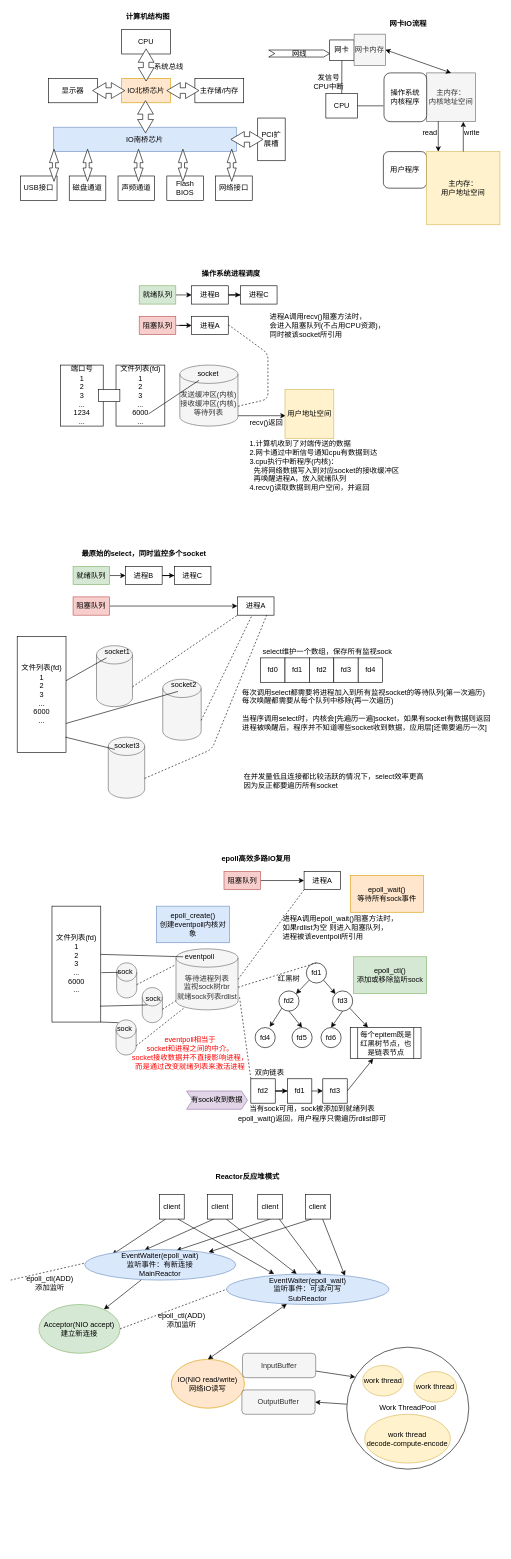
Above: epoll.drawio in xuelei20/drawio (draw.io), before the change. Source tidied: cells renumbered, new cells numbered last; positions are measured from the earlier drawing's top-left corner, leaving out a move shared by most shapes. Both pictures are drawn from the tidied source at 61%, with x=0, y=0 at pixel (10, 10).
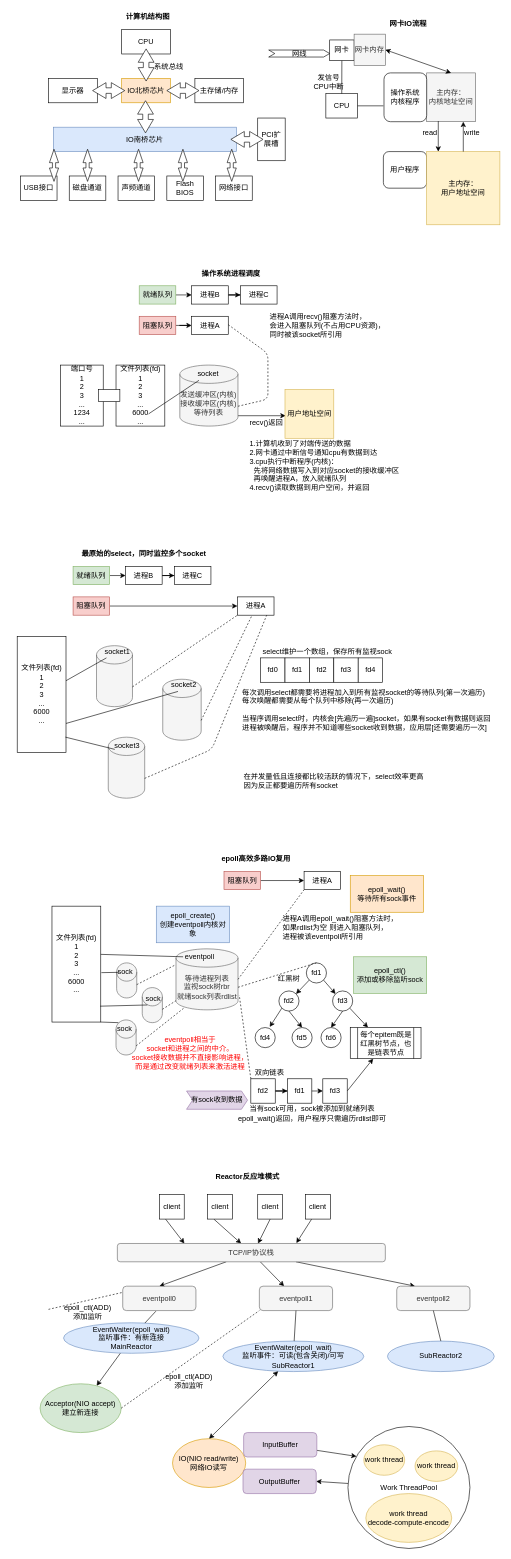
Above is the later version.

The change refers to these unchanged cells:
```xml
<mxCell id="146" value="client" style="rounded=0;whiteSpace=wrap;html=1;" parent="1" vertex="1">
  <mxGeometry x="243.7" y="1941" width="40.8" height="40" as="geometry" />
</mxCell>
<mxCell id="149" value="client" style="rounded=0;whiteSpace=wrap;html=1;" parent="1" vertex="1">
  <mxGeometry x="322.8" y="1941" width="40.8" height="40" as="geometry" />
</mxCell>
<mxCell id="152" value="client" style="rounded=0;whiteSpace=wrap;html=1;" parent="1" vertex="1">
  <mxGeometry x="405" y="1941" width="40.8" height="40" as="geometry" />
</mxCell>
<mxCell id="155" value="client" style="rounded=0;whiteSpace=wrap;html=1;" parent="1" vertex="1">
  <mxGeometry x="483.2" y="1941" width="40.8" height="40" as="geometry" />
</mxCell>
```

What changed in the source:
```diff
@@
-    <mxCell id="145" style="rounded=0;jettySize=auto;html=1;entryX=0.182;entryY=0.167;entryDx=0;entryDy=0;entryPerimeter=0;exitX=0.25;exitY=1;exitDx=0;exitDy=0;" parent="1" edge="1" source="146" target="157">
+    <mxCell id="145" style="rounded=0;jettySize=auto;html=1;entryX=0.25;entryY=0;entryDx=0;entryDy=0;exitX=0.25;exitY=1;exitDx=0;exitDy=0;" parent="1" edge="1" source="146" target="179">
       <mxGeometry relative="1" as="geometry" />
     </mxCell>
@@
-    <mxCell id="147" style="edgeStyle=none;rounded=0;jettySize=auto;html=1;entryX=0.396;entryY=0.017;entryDx=0;entryDy=0;entryPerimeter=0;exitX=0.25;exitY=1;exitDx=0;exitDy=0;" parent="1" edge="1" source="149" target="157">
+    <mxCell id="147" style="edgeStyle=none;rounded=0;jettySize=auto;html=1;exitX=0.25;exitY=1;exitDx=0;exitDy=0;" parent="1" edge="1" source="149" target="179">
       <mxGeometry relative="1" as="geometry" />
     </mxCell>
-    <mxCell id="148" style="edgeStyle=none;rounded=0;jettySize=auto;html=1;entryX=0.432;entryY=0;entryDx=0;entryDy=0;entryPerimeter=0;exitX=0.75;exitY=1;exitDx=0;exitDy=0;" parent="1" edge="1" source="149" target="163">
-      <mxGeometry relative="1" as="geometry" />
-    </mxCell>
@@
-    <mxCell id="150" style="edgeStyle=none;rounded=0;jettySize=auto;html=1;exitX=0.5;exitY=1;exitDx=0;exitDy=0;entryX=0.607;entryY=0.033;entryDx=0;entryDy=0;entryPerimeter=0;" parent="1" edge="1" source="152" target="157">
+    <mxCell id="150" style="edgeStyle=none;rounded=0;jettySize=auto;html=1;exitX=0.5;exitY=1;exitDx=0;exitDy=0;entryX=0.525;entryY=0;entryDx=0;entryDy=0;entryPerimeter=0;" parent="1" edge="1" source="152" target="179">
       <mxGeometry relative="1" as="geometry" />
     </mxCell>
-    <mxCell id="151" style="edgeStyle=none;rounded=0;jettySize=auto;html=1;entryX=0.583;entryY=0.04;entryDx=0;entryDy=0;entryPerimeter=0;" parent="1" edge="1" source="152" target="163">
-      <mxGeometry relative="1" as="geometry" />
-    </mxCell>
@@
-    <mxCell id="153" style="edgeStyle=none;rounded=0;jettySize=auto;html=1;entryX=0.82;entryY=0.083;entryDx=0;entryDy=0;entryPerimeter=0;exitX=0.25;exitY=1;exitDx=0;exitDy=0;" parent="1" edge="1" source="155" target="157">
+    <mxCell id="153" style="edgeStyle=none;rounded=0;jettySize=auto;html=1;entryX=0.668;entryY=-0.025;entryDx=0;entryDy=0;entryPerimeter=0;exitX=0.25;exitY=1;exitDx=0;exitDy=0;" parent="1" edge="1" source="155" target="179">
       <mxGeometry relative="1" as="geometry" />
     </mxCell>
-    <mxCell id="154" style="edgeStyle=none;rounded=0;jettySize=auto;html=1;entryX=0.729;entryY=0.06;entryDx=0;entryDy=0;entryPerimeter=0;" parent="1" edge="1" source="155" target="163">
-      <mxGeometry relative="1" as="geometry" />
-    </mxCell>
@@
     <mxCell id="157" value="EventWaiter(epoll_wait)&lt;br&gt;监听事件：有新连接&lt;br&gt;MainReactor" style="ellipse;whiteSpace=wrap;html=1;fillColor=#dae8fc;strokeColor=#6c8ebf;" parent="1" vertex="1">
-      <mxGeometry x="121.3" y="2031" width="247.7" height="50" as="geometry" />
+      <mxGeometry x="86.7" y="2151" width="222" height="50" as="geometry" />
     </mxCell>
     <mxCell id="158" value="Acceptor(NIO accept)&lt;br&gt;建立新连接" style="ellipse;whiteSpace=wrap;html=1;fillColor=#d5e8d4;strokeColor=#82b366;" parent="1" vertex="1">
-      <mxGeometry x="46.3" y="2121" width="133" height="80" as="geometry" />
+      <mxGeometry x="48.2" y="2251" width="133" height="80" as="geometry" />
     </mxCell>
     <mxCell id="159" value="IO(NIO read/write)&lt;br&gt;网络IO读写" style="ellipse;whiteSpace=wrap;html=1;fillColor=#ffe6cc;strokeColor=#d79b00;" parent="1" vertex="1">
-      <mxGeometry x="263.3" y="2211" width="120" height="80" as="geometry" />
+      <mxGeometry x="265.3" y="2341" width="120" height="80" as="geometry" />
     </mxCell>
@@
-    <mxCell id="161" value="InputBuffer" style="rounded=1;whiteSpace=wrap;html=1;fillColor=#f5f5f5;strokeColor=#666666;fontColor=#333333;" parent="1" vertex="1">
-      <mxGeometry x="380" y="2201" width="120" height="40" as="geometry" />
+    <mxCell id="161" value="InputBuffer" style="rounded=1;whiteSpace=wrap;html=1;fillColor=#e1d5e7;strokeColor=#9673a6;" parent="1" vertex="1">
+      <mxGeometry x="381.9" y="2331" width="120" height="40" as="geometry" />
     </mxCell>
-    <mxCell id="162" value="OutputBuffer" style="rounded=1;whiteSpace=wrap;html=1;fillColor=#f5f5f5;strokeColor=#666666;fontColor=#333333;" parent="1" vertex="1">
-      <mxGeometry x="379" y="2261" width="120" height="40" as="geometry" />
+    <mxCell id="162" value="OutputBuffer" style="rounded=1;whiteSpace=wrap;html=1;fillColor=#e1d5e7;strokeColor=#9673a6;" parent="1" vertex="1">
+      <mxGeometry x="380.9" y="2391" width="120" height="40" as="geometry" />
     </mxCell>
-    <mxCell id="163" value="EventWaiter(epoll_wait)&lt;br&gt;监听事件：可读/可写&lt;br&gt;SubReactor" style="ellipse;whiteSpace=wrap;html=1;fillColor=#dae8fc;strokeColor=#6c8ebf;" parent="1" vertex="1">
-      <mxGeometry x="354" y="2071" width="266" height="50" as="geometry" />
+    <mxCell id="163" value="EventWaiter(epoll_wait)&lt;br&gt;监听事件：可读(包含关闭)/可写&lt;br&gt;SubReactor1" style="ellipse;whiteSpace=wrap;html=1;fillColor=#dae8fc;strokeColor=#6c8ebf;" parent="1" vertex="1">
+      <mxGeometry x="347.9" y="2181" width="231" height="50" as="geometry" />
     </mxCell>
-    <mxCell id="164" style="endArrow=none;dashed=1;html=1;exitX=1;exitY=0.5;exitDx=0;exitDy=0;entryX=0;entryY=0.5;entryDx=0;entryDy=0;" parent="1" edge="1" source="158" target="163">
+    <mxCell id="164" style="endArrow=none;dashed=1;html=1;exitX=1;exitY=0.5;exitDx=0;exitDy=0;entryX=0;entryY=1;entryDx=0;entryDy=0;" parent="1" edge="1" source="158" target="181">
       <mxGeometry relative="1" as="geometry" />
     </mxCell>
     <mxCell id="165" value="epoll_ctl(ADD)&lt;br&gt;添加监听" style="text;html=1;align=center;verticalAlign=middle;" parent="1" vertex="1">
-      <mxGeometry x="234.7" y="2131" width="90" height="30" as="geometry" />
+      <mxGeometry x="247.3" y="2231" width="90" height="30" as="geometry" />
     </mxCell>
-    <mxCell id="166" style="endArrow=classic;html=1;exitX=0.75;exitY=1;exitDx=0;exitDy=0;entryX=0.293;entryY=0;entryDx=0;entryDy=0;entryPerimeter=0;" parent="1" edge="1" source="146" target="163">
-      <mxGeometry relative="1" as="geometry" />
-    </mxCell>
     <mxCell id="167" style="endArrow=none;dashed=1;html=1;entryX=0.008;entryY=0.64;entryDx=0;entryDy=0;entryPerimeter=0;" parent="1" edge="1">
       <mxGeometry relative="1" as="geometry">
-        <mxPoint y="2081" as="sourcePoint" />
-        <mxPoint x="122.3" y="2053" as="targetPoint" />
+        <mxPoint x="62" y="2129" as="sourcePoint" />
+        <mxPoint x="184.3" y="2101" as="targetPoint" />
       </mxGeometry>
     </mxCell>
     <mxCell id="168" value="epoll_ctl(ADD)&lt;br&gt;添加监听" style="text;html=1;align=center;verticalAlign=middle;" parent="1" vertex="1">
-      <mxGeometry x="18.7" y="2071" width="90" height="30" as="geometry" />
+      <mxGeometry x="80.7" y="2119" width="90" height="30" as="geometry" />
     </mxCell>
@@
     <mxCell id="171" value="Work ThreadPool" style="ellipse;whiteSpace=wrap;html=1;" parent="1" vertex="1">
-      <mxGeometry x="551" y="2191" width="200" height="200" as="geometry" />
+      <mxGeometry x="552.9" y="2321" width="200" height="200" as="geometry" />
     </mxCell>
     <mxCell id="172" value="work thread" style="ellipse;whiteSpace=wrap;html=1;fillColor=#fff2cc;strokeColor=#d6b656;" parent="1" vertex="1">
-      <mxGeometry x="577" y="2221" width="67" height="50" as="geometry" />
+      <mxGeometry x="578.9" y="2351" width="67" height="50" as="geometry" />
     </mxCell>
     <mxCell id="173" value="work thread" style="ellipse;whiteSpace=wrap;html=1;fillColor=#fff2cc;strokeColor=#d6b656;" parent="1" vertex="1">
-      <mxGeometry x="661" y="2231" width="70" height="50" as="geometry" />
+      <mxGeometry x="662.9" y="2361" width="70" height="50" as="geometry" />
     </mxCell>
     <mxCell id="174" value="work thread&lt;br&gt;decode-compute-encode" style="ellipse;whiteSpace=wrap;html=1;fillColor=#fff2cc;strokeColor=#d6b656;" parent="1" vertex="1">
-      <mxGeometry x="580.2" y="2301" width="140.8" height="80" as="geometry" />
+      <mxGeometry x="582.2" y="2431" width="140.8" height="80" as="geometry" />
     </mxCell>
+    <mxCell id="175" value="SubReactor2" style="ellipse;whiteSpace=wrap;html=1;fillColor=#dae8fc;strokeColor=#6c8ebf;" parent="1" vertex="1">
+      <mxGeometry x="617.7" y="2181" width="175" height="50" as="geometry" />
+    </mxCell>
+    <mxCell id="176" style="edgeStyle=none;rounded=0;jettySize=auto;html=1;entryX=0.5;entryY=0;entryDx=0;entryDy=0;" parent="1" edge="1" source="179" target="180">
+      <mxGeometry relative="1" as="geometry" />
+    </mxCell>
+    <mxCell id="177" style="edgeStyle=none;rounded=0;jettySize=auto;html=1;" parent="1" edge="1" source="179" target="181">
+      <mxGeometry relative="1" as="geometry" />
+    </mxCell>
+    <mxCell id="178" style="edgeStyle=none;rounded=0;jettySize=auto;html=1;entryX=0.25;entryY=0;entryDx=0;entryDy=0;" parent="1" edge="1" source="179" target="182">
+      <mxGeometry relative="1" as="geometry" />
+    </mxCell>
+    <mxCell id="179" value="TCP/IP协议栈" style="rounded=1;whiteSpace=wrap;html=1;fillColor=#f5f5f5;strokeColor=#666666;fontColor=#333333;" parent="1" vertex="1">
+      <mxGeometry x="174.9" y="2021" width="439.3" height="30" as="geometry" />
+    </mxCell>
+    <mxCell id="180" value="eventpoll0" style="rounded=1;whiteSpace=wrap;html=1;fillColor=#f5f5f5;strokeColor=#666666;fontColor=#333333;" parent="1" vertex="1">
+      <mxGeometry x="183.7" y="2091" width="120" height="40" as="geometry" />
+    </mxCell>
+    <mxCell id="181" value="eventpoll1" style="rounded=1;whiteSpace=wrap;html=1;fillColor=#f5f5f5;strokeColor=#666666;fontColor=#333333;" parent="1" vertex="1">
+      <mxGeometry x="407.7" y="2091" width="120" height="40" as="geometry" />
+    </mxCell>
+    <mxCell id="182" value="eventpoll2" style="rounded=1;whiteSpace=wrap;html=1;fillColor=#f5f5f5;strokeColor=#666666;fontColor=#333333;" parent="1" vertex="1">
+      <mxGeometry x="632.9" y="2091" width="120" height="40" as="geometry" />
+    </mxCell>
+    <mxCell id="183" style="endArrow=none;html=1;entryX=0.453;entryY=1.025;entryDx=0;entryDy=0;entryPerimeter=0;" parent="1" edge="1" source="157" target="180">
+      <mxGeometry relative="1" as="geometry" />
+    </mxCell>
+    <mxCell id="184" style="endArrow=none;html=1;entryX=0.5;entryY=1;entryDx=0;entryDy=0;" parent="1" edge="1" source="163" target="181">
+      <mxGeometry relative="1" as="geometry" />
+    </mxCell>
+    <mxCell id="185" style="endArrow=none;html=1;entryX=0.5;entryY=1;entryDx=0;entryDy=0;exitX=0.5;exitY=0;exitDx=0;exitDy=0;" parent="1" edge="1" source="175" target="182">
+      <mxGeometry relative="1" as="geometry" />
+    </mxCell>
```
